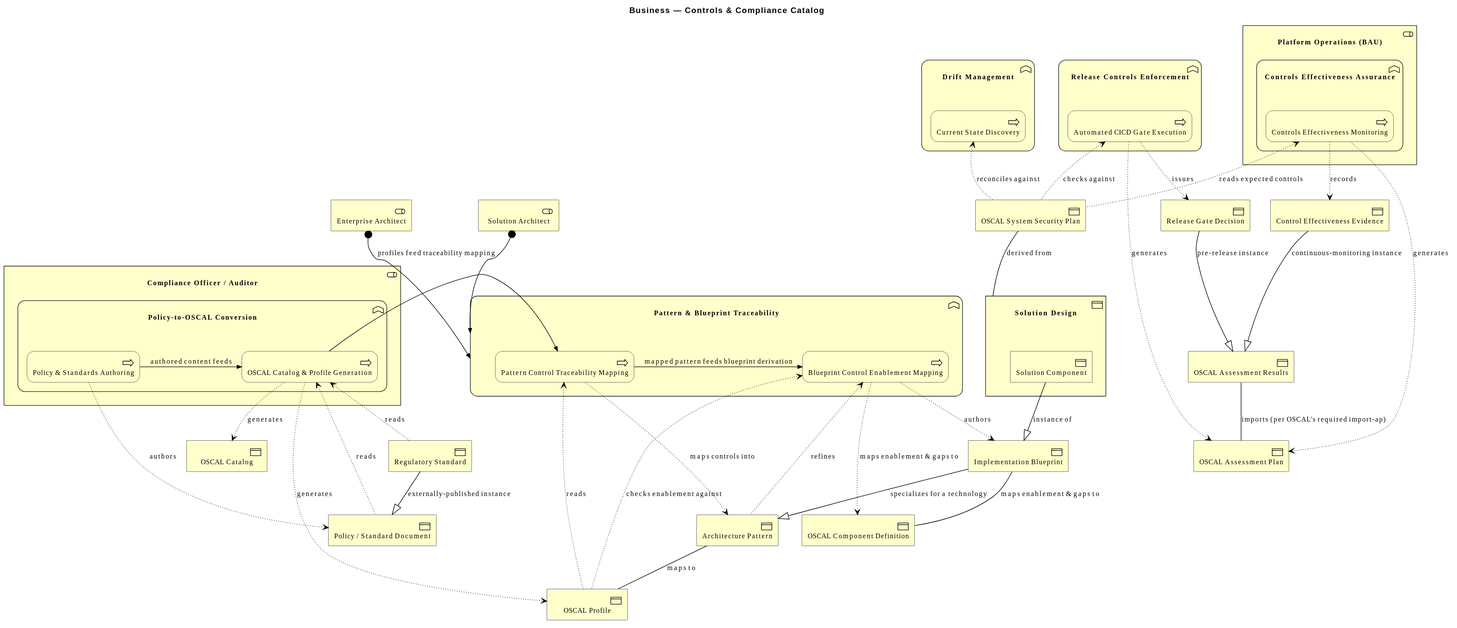
Earlier version of the PlantUML export architecture/model/diagrams/business/controls-catalog.svg (wolffy-au/frictionless-architect).
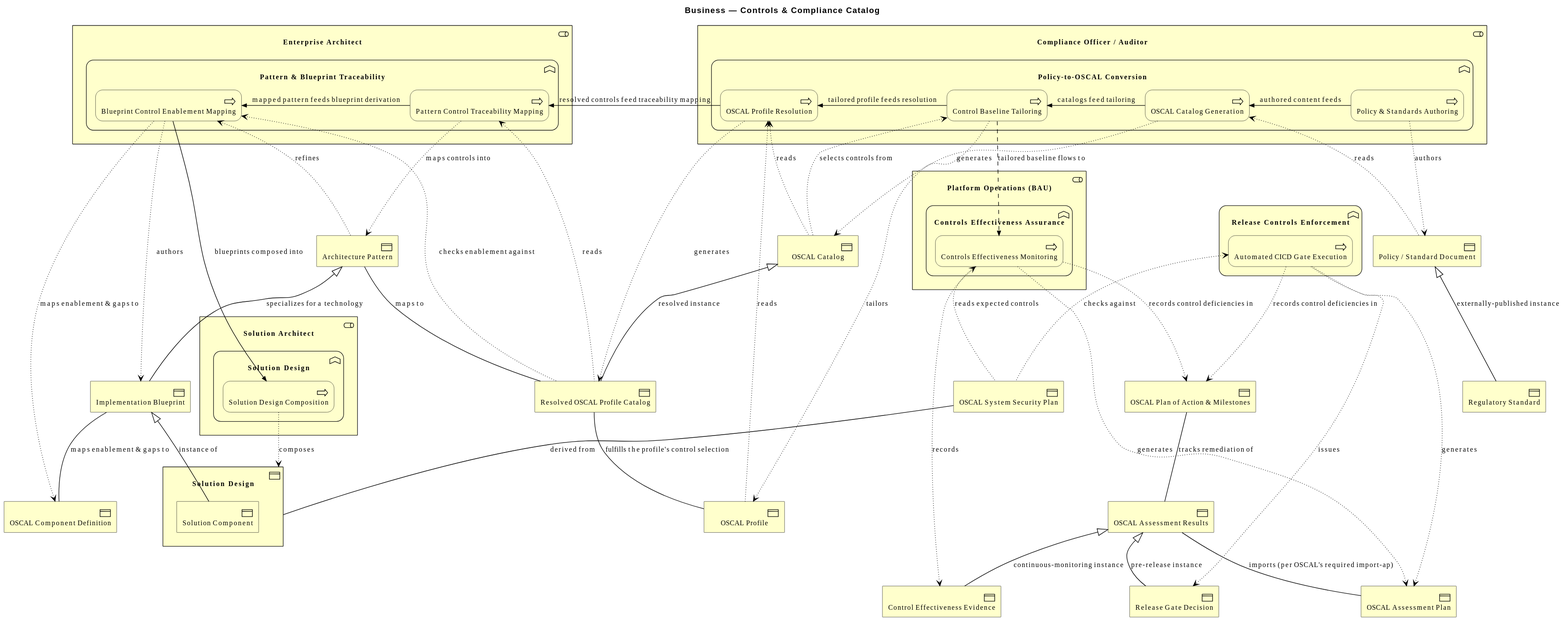
Above is the later version.

The edit, as a diff of the source:
```diff
@@ -3,13 +3,6 @@
 
 title Business — Controls & Compliance Catalog
 
-Business_Function(e_idc1376562b9a354, "Drift Management") {
-  Business_Process(e_id3a7a27eefeb751, "Current State Discovery")
-}
-Business_Function(e_id4b6cc961fa6750, "Pattern & Blueprint Traceability") {
-  Business_Process(e_id65065ee24d3c54, "Pattern Control Traceability Mapping")
-  Business_Process(e_id378927722a8d5a, "Blueprint Control Enablement Mapping")
-}
 Business_Function(e_idad8299f88c0556, "Release Controls Enforcement") {
   Business_Process(e_id799f46ebb7e15b, "Automated CICD Gate Execution")
 }
@@ -17,6 +10,7 @@
 Business_Object(e_ide330e703d24759, "Policy / Standard Document")
 Business_Object(e_id1d03973d3f5b52, "OSCAL Catalog")
 Business_Object(e_id3a6eb7f6485a55, "OSCAL Profile")
+Business_Object(e_id2df79965778556, "Resolved OSCAL Profile Catalog")
 Business_Object(e_idcd45bf9b5cfe51, "Architecture Pattern")
 Business_Object(e_id41a01cbfc25b5a, "Implementation Blueprint")
 Business_Object(e_id0bb22ba44cfa50, "OSCAL Component Definition")
@@ -28,12 +22,24 @@
 Business_Object(e_id9f8a83bba77b50, "OSCAL Assessment Results")
 Business_Object(e_id8a58348ab4605a, "Release Gate Decision")
 Business_Object(e_idca68dd43dc1854, "Control Effectiveness Evidence")
-Business_Role(e_id2b5394f913985a, "Enterprise Architect")
-Business_Role(e_ide2cb7f3efa6256, "Solution Architect")
+Business_Object(e_idd18d048900f05b, "OSCAL Plan of Action & Milestones")
+Business_Role(e_id2b5394f913985a, "Enterprise Architect") {
+  Business_Function(e_id4b6cc961fa6750, "Pattern & Blueprint Traceability") {
+    Business_Process(e_id65065ee24d3c54, "Pattern Control Traceability Mapping")
+    Business_Process(e_id378927722a8d5a, "Blueprint Control Enablement Mapping")
+  }
+}
+Business_Role(e_ide2cb7f3efa6256, "Solution Architect") {
+  Business_Function(e_id86f3d2dd174754, "Solution Design") {
+    Business_Process(e_id4991c823f6d55b, "Solution Design Composition")
+  }
+}
 Business_Role(e_id5e264d2f4bb551, "Compliance Officer / Auditor") {
   Business_Function(e_id108dc21cee6055, "Policy-to-OSCAL Conversion") {
     Business_Process(e_id14fa9f783d5350, "Policy & Standards Authoring")
-    Business_Process(e_idfeca8b2013795e, "OSCAL Catalog & Profile Generation")
+    Business_Process(e_idfeca8b2013795e, "OSCAL Catalog Generation")
+    Business_Process(e_id5bcc1abc98d154, "Control Baseline Tailoring")
+    Business_Process(e_id57b0ad85b82a5e, "OSCAL Profile Resolution")
   }
 }
 Business_Role(e_id2c489ee6594253, "Platform Operations (BAU)") {
@@ -43,28 +49,38 @@
 }
 
 Rel_Access_w(e_id14fa9f783d5350, e_ide330e703d24759, "authors")
-Rel_Specialization(e_idd915b3e838bf5b, e_ide330e703d24759, "externally-published instance")
-Rel_Access_r(e_idfeca8b2013795e, e_idd915b3e838bf5b, "reads")
+Rel_Specialization_Up(e_idd915b3e838bf5b, e_ide330e703d24759, "externally-published instance")
 Rel_Access_r(e_idfeca8b2013795e, e_ide330e703d24759, "reads")
 Rel_Access_w(e_idfeca8b2013795e, e_id1d03973d3f5b52, "generates")
-Rel_Access_w(e_idfeca8b2013795e, e_id3a6eb7f6485a55, "generates")
+Rel_Access_r(e_id5bcc1abc98d154, e_id1d03973d3f5b52, "selects controls from")
+Rel_Access_w(e_id5bcc1abc98d154, e_id3a6eb7f6485a55, "tailors")
+Rel_Access_r(e_id57b0ad85b82a5e, e_id1d03973d3f5b52, "reads")
+Rel_Access_r(e_id57b0ad85b82a5e, e_id3a6eb7f6485a55, "reads")
+Rel_Access_w(e_id57b0ad85b82a5e, e_id2df79965778556, "generates")
+Rel_Triggering_Right(e_idfeca8b2013795e, e_id5bcc1abc98d154, "catalogs feed tailoring")
+Rel_Triggering_Right(e_id5bcc1abc98d154, e_id57b0ad85b82a5e, "tailored profile feeds resolution")
+Rel_Specialization_Up(e_id2df79965778556, e_id1d03973d3f5b52, "resolved instance")
+Rel_Association(e_id2df79965778556, e_id3a6eb7f6485a55, "fulfills the profile's control selection")
 Rel_Triggering_Right(e_id14fa9f783d5350, e_idfeca8b2013795e, "authored content feeds")
-Rel_Assignment(e_id2b5394f913985a, e_id4b6cc961fa6750, "")
-Rel_Assignment(e_ide2cb7f3efa6256, e_id4b6cc961fa6750, "")
-Rel_Access_r(e_id65065ee24d3c54, e_id3a6eb7f6485a55, "reads")
+Rel_Access_r(e_id65065ee24d3c54, e_id2df79965778556, "reads")
 Rel_Access_w(e_id65065ee24d3c54, e_idcd45bf9b5cfe51, "maps controls into")
-Rel_Triggering_Right(e_idfeca8b2013795e, e_id65065ee24d3c54, "profiles feed traceability mapping")
-Rel_Association(e_idcd45bf9b5cfe51, e_id3a6eb7f6485a55, "maps to")
-Rel_Specialization(e_id41a01cbfc25b5a, e_idcd45bf9b5cfe51, "specializes for a technology")
+Rel_Triggering_Right(e_id57b0ad85b82a5e, e_id65065ee24d3c54, "resolved controls feed traceability mapping")
+Rel_Flow_Right(e_id5bcc1abc98d154, e_id18a08f8aff8057, "tailored baseline flows to")
+Rel_Association(e_idcd45bf9b5cfe51, e_id2df79965778556, "maps to")
+Rel_Specialization_Up(e_id41a01cbfc25b5a, e_idcd45bf9b5cfe51, "specializes for a technology")
 Rel_Access_r(e_id378927722a8d5a, e_idcd45bf9b5cfe51, "refines")
-Rel_Access_r(e_id378927722a8d5a, e_id3a6eb7f6485a55, "checks enablement against")
+Rel_Access_r(e_id378927722a8d5a, e_id2df79965778556, "checks enablement against")
 Rel_Access_w(e_id378927722a8d5a, e_id41a01cbfc25b5a, "authors")
 Rel_Access_w(e_id378927722a8d5a, e_id0bb22ba44cfa50, "maps enablement & gaps to")
 Rel_Triggering_Right(e_id65065ee24d3c54, e_id378927722a8d5a, "mapped pattern feeds blueprint derivation")
+Rel_Triggering_Right(e_id378927722a8d5a, e_id4991c823f6d55b, "blueprints composed into")
 Rel_Association(e_id41a01cbfc25b5a, e_id0bb22ba44cfa50, "maps enablement & gaps to")
-Rel_Specialization(e_id42defa6a190855, e_id41a01cbfc25b5a, "instance of")
+Rel_Specialization_Up(e_id42defa6a190855, e_id41a01cbfc25b5a, "instance of")
 Rel_Association(e_ide1231d147af05e, e_id4b5ad5a2100656, "derived from")
-Rel_Access_r(e_id3a7a27eefeb751, e_ide1231d147af05e, "reconciles against")
+Rel_Access_w(e_id4991c823f6d55b, e_id4b5ad5a2100656, "composes")
+Rel_Access_w(e_id799f46ebb7e15b, e_idd18d048900f05b, "records control deficiencies in")
+Rel_Access_w(e_id18a08f8aff8057, e_idd18d048900f05b, "records control deficiencies in")
+Rel_Association(e_idd18d048900f05b, e_id9f8a83bba77b50, "tracks remediation of")
 Rel_Access_r(e_id799f46ebb7e15b, e_ide1231d147af05e, "checks against")
 Rel_Access_w(e_id799f46ebb7e15b, e_idb990615e712f57, "generates")
 Rel_Access_w(e_id799f46ebb7e15b, e_id8a58348ab4605a, "issues")
@@ -72,6 +88,6 @@
 Rel_Access_w(e_id18a08f8aff8057, e_idb990615e712f57, "generates")
 Rel_Access_w(e_id18a08f8aff8057, e_idca68dd43dc1854, "records")
 Rel_Association(e_id9f8a83bba77b50, e_idb990615e712f57, "imports (per OSCAL's required import-ap)")
-Rel_Specialization(e_id8a58348ab4605a, e_id9f8a83bba77b50, "pre-release instance")
-Rel_Specialization(e_idca68dd43dc1854, e_id9f8a83bba77b50, "continuous-monitoring instance")
+Rel_Specialization_Up(e_id8a58348ab4605a, e_id9f8a83bba77b50, "pre-release instance")
+Rel_Specialization_Up(e_idca68dd43dc1854, e_id9f8a83bba77b50, "continuous-monitoring instance")
 @enduml
```
